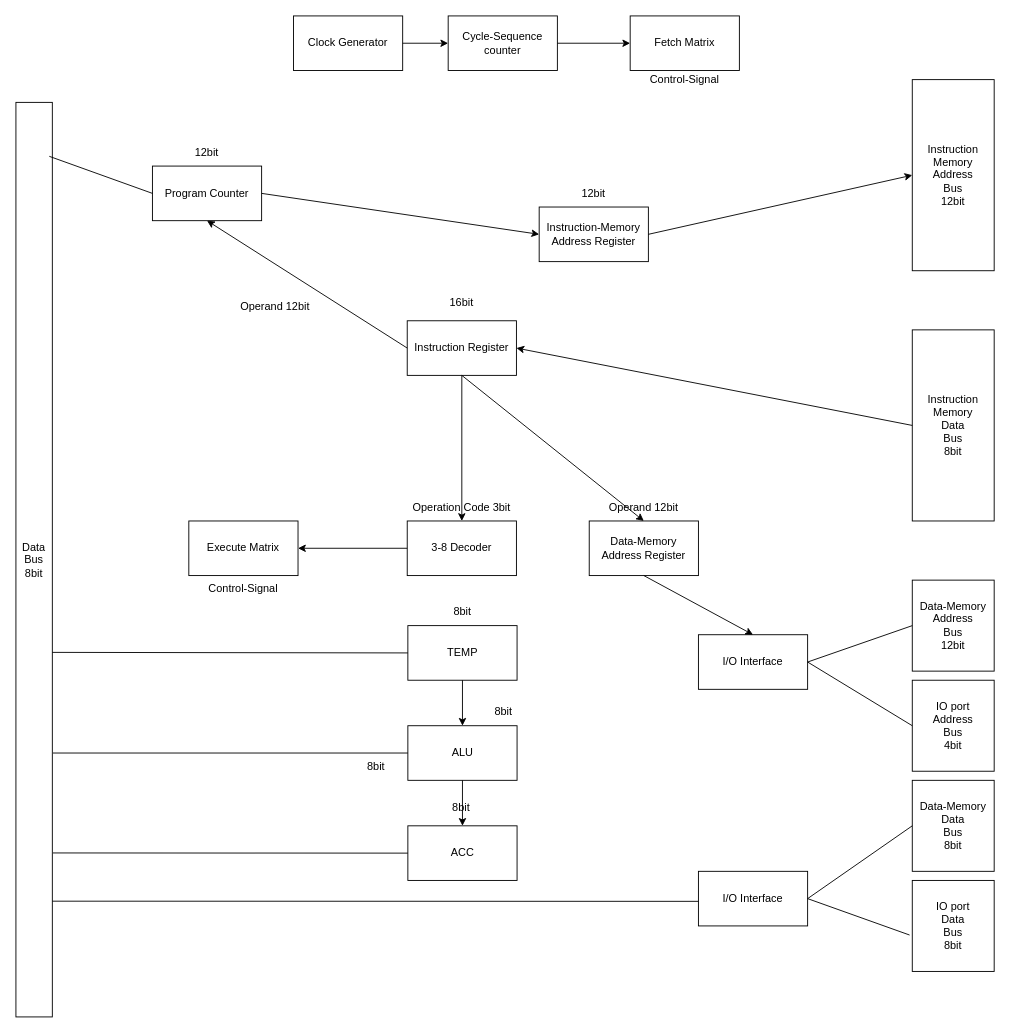
Above: Relay4bitComputer.drawio in RadeonHD6750/Relay4bitComputer (draw.io), before the change. Source tidied: cells renumbered, new cells numbered last; positions are measured from the earlier drawing's top-left corner, leaving out a move shared by most shapes. Both pictures are drawn from the tidied source at 91%, with x=0, y=0 at pixel (15, 15).
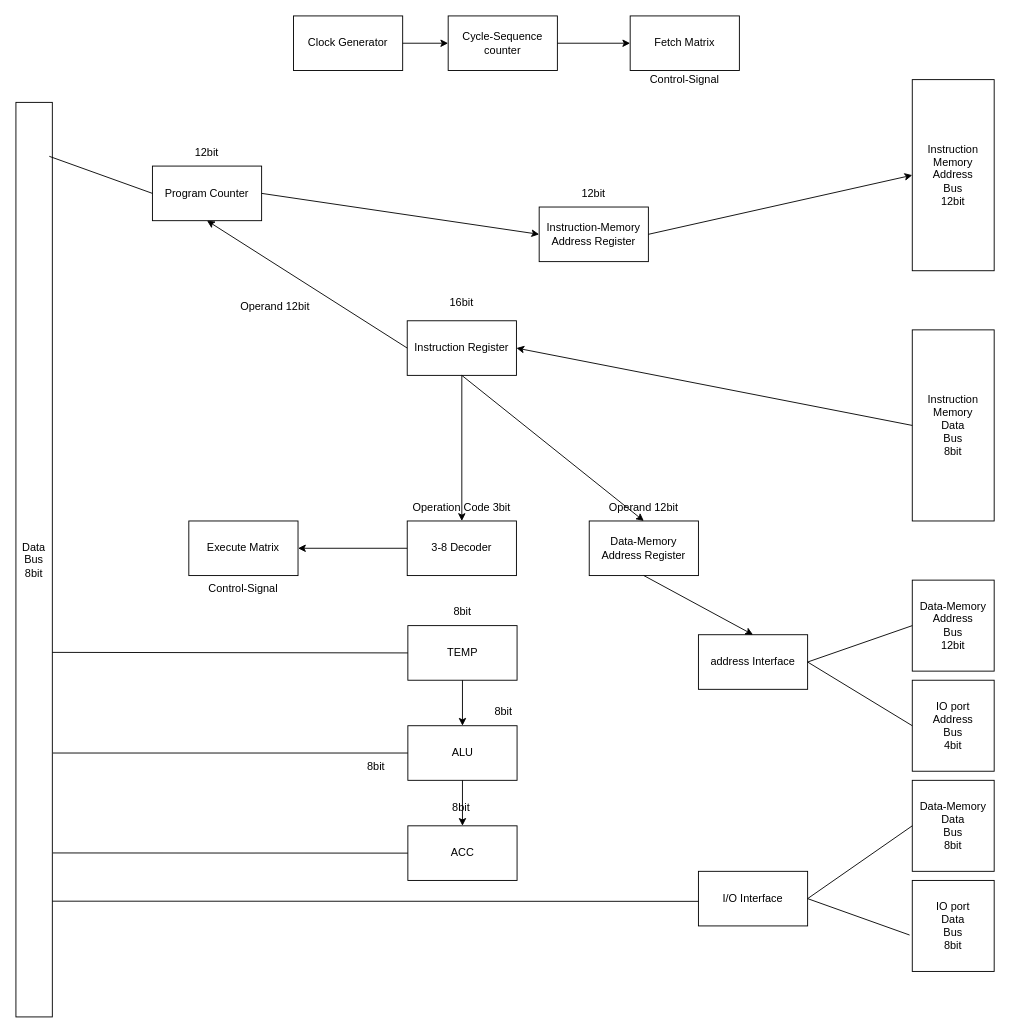
The same page after the edit.

What changed in the source:
```diff
@@
-    <mxCell id="50" value="I/O Interface" style="rounded=0;whiteSpace=wrap;html=1;" parent="1" vertex="1">
+    <mxCell id="50" value="address Interface" style="rounded=0;whiteSpace=wrap;html=1;" parent="1" vertex="1">
       <mxGeometry x="750" y="680" width="120" height="60" as="geometry" />
     </mxCell>
```
